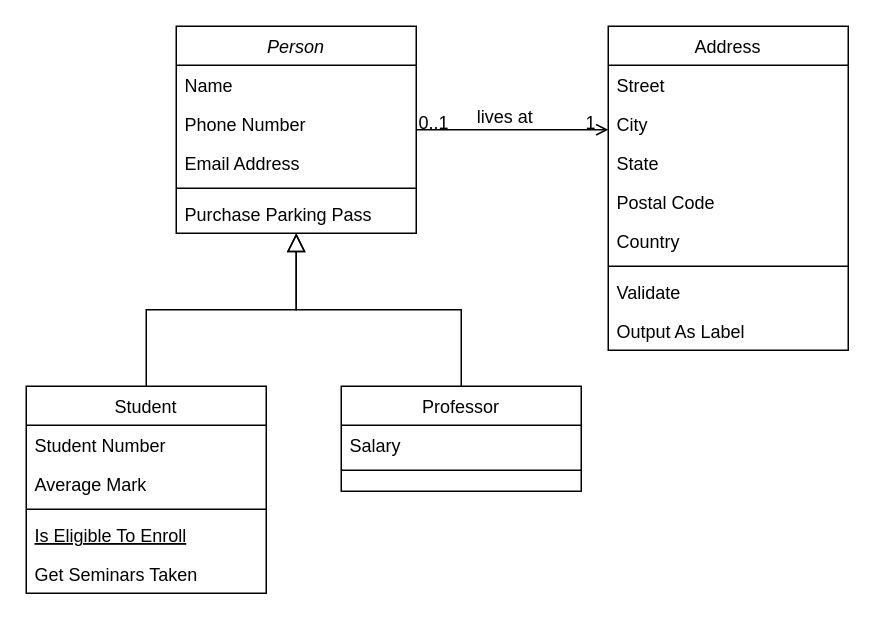
Earlier version of the draw.io diagram JavaLib.drawio (dev-yorha/codespace_yorha). Source tidied: cells renumbered, new cells numbered last; positions are measured from the earlier drawing's top-left corner, leaving out a move shared by most shapes. Both pictures are drawn from the tidied source at 150%, with x=0, y=0 at pixel (26, 26).
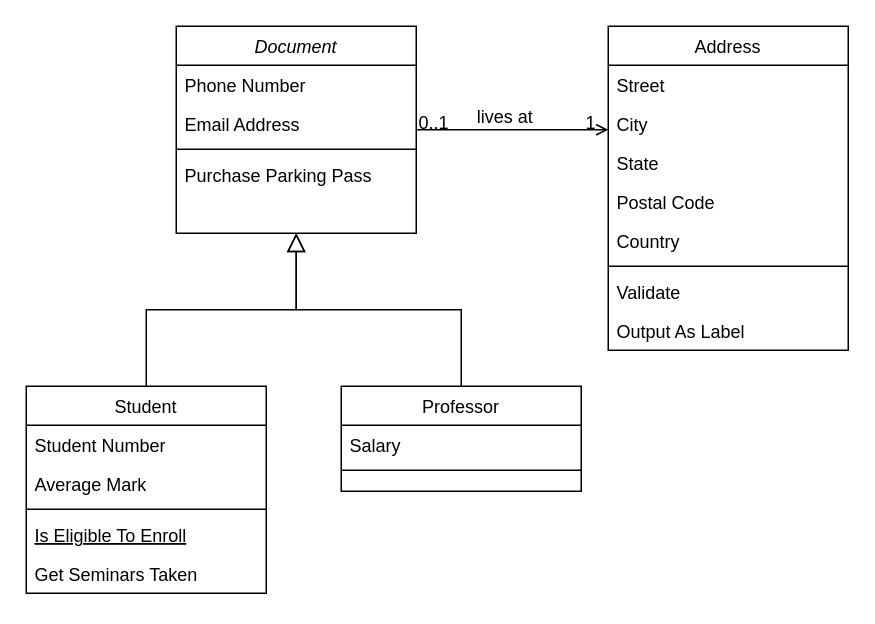
The same diagram, later.

The edit, as a diff of the source:
```diff
@@
-    <mxCell id="2" value="Person" style="swimlane;fontStyle=2;align=center;verticalAlign=top;horizontal=1;startSize=26;rounded=0;shadow=0;strokeWidth=1;" parent="1" vertex="1">
+    <mxCell id="2" value="Document" style="swimlane;fontStyle=2;align=center;verticalAlign=top;horizontal=1;startSize=26;rounded=0;shadow=0;strokeWidth=1;" parent="1" vertex="1">
       <mxGeometry x="100" width="160" height="138" as="geometry" />
     </mxCell>
-    <mxCell id="3" value="Name" style="text;align=left;verticalAlign=top;spacingLeft=4;spacingRight=4;overflow=hidden;" parent="2" vertex="1">
-      <mxGeometry y="26" width="160" height="26" as="geometry" />
-    </mxCell>
     <mxCell id="4" value="Phone Number" style="text;align=left;verticalAlign=top;spacingLeft=4;spacingRight=4;overflow=hidden;rounded=0;shadow=0;html=0;" parent="2" vertex="1">
-      <mxGeometry y="52" width="160" height="26" as="geometry" />
+      <mxGeometry y="26" width="160" height="26" as="geometry" />
     </mxCell>
     <mxCell id="5" value="Email Address" style="text;align=left;verticalAlign=top;spacingLeft=4;spacingRight=4;overflow=hidden;rounded=0;shadow=0;html=0;" parent="2" vertex="1">
-      <mxGeometry y="78" width="160" height="26" as="geometry" />
+      <mxGeometry y="52" width="160" height="26" as="geometry" />
     </mxCell>
     <mxCell id="6" style="line;html=1;strokeWidth=1;align=left;verticalAlign=middle;spacingTop=-1;spacingLeft=3;spacingRight=3;labelPosition=right;" parent="2" vertex="1">
-      <mxGeometry y="104" width="160" height="8" as="geometry" />
+      <mxGeometry y="78" width="160" height="8" as="geometry" />
     </mxCell>
     <mxCell id="7" value="Purchase Parking Pass" style="text;align=left;verticalAlign=top;spacingLeft=4;spacingRight=4;overflow=hidden;" parent="2" vertex="1">
-      <mxGeometry y="112" width="160" height="26" as="geometry" />
+      <mxGeometry y="86" width="160" height="26" as="geometry" />
     </mxCell>
```
